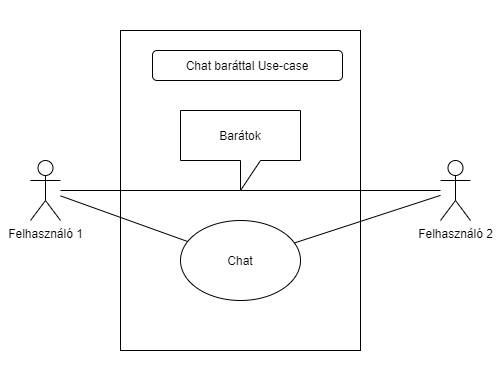
The draw.io diagram Images/1v1JatekOnlineUseCase.png in devidbordas/sweng_STG, before a commit. Source tidied: cells renumbered, new cells last; positions are measured from the earlier drawing's top-left corner, leaving out a move shared by most shapes. The source it was exported from:
```xml
<mxGraphModel background="#ffffff">
  <root>
    <mxCell id="0" />
    <mxCell id="1" parent="0" />
    <mxCell id="2" style="rounded=0;whiteSpace=wrap;html=1;strokeColor=none;" parent="1" vertex="1">
      <mxGeometry width="500" height="390" as="geometry" />
    </mxCell>
    <mxCell id="3" style="rounded=0;whiteSpace=wrap;html=1;" parent="1" vertex="1">
      <mxGeometry x="120" y="30" width="240" height="320" as="geometry" />
    </mxCell>
    <mxCell id="4" value="Felhasználó 1" style="shape=umlActor;verticalLabelPosition=bottom;verticalAlign=top;html=1;outlineConnect=0;" parent="1" vertex="1">
      <mxGeometry x="30" y="160" width="30" height="60" as="geometry" />
    </mxCell>
    <mxCell id="5" style="endArrow=none;html=1;rounded=0;" parent="1" edge="1" source="4" target="6">
      <mxGeometry relative="1" as="geometry" />
    </mxCell>
    <mxCell id="6" value="Chat" style="ellipse;whiteSpace=wrap;html=1;" parent="1" vertex="1">
      <mxGeometry x="180" y="220" width="120" height="80" as="geometry" />
    </mxCell>
    <mxCell id="7" style="edgeStyle=none;rounded=0;orthogonalLoop=1;jettySize=auto;html=1;endArrow=none;" parent="1" edge="1">
      <mxGeometry relative="1" as="geometry">
        <mxPoint x="440" y="140" as="targetPoint" />
      </mxGeometry>
    </mxCell>
    <mxCell id="8" value="Chat baráttal Use-case" style="rounded=1;whiteSpace=wrap;html=1;" parent="1" vertex="1">
      <mxGeometry x="152" y="50" width="190" height="30" as="geometry" />
    </mxCell>
    <mxCell id="9" style="edgeStyle=none;rounded=0;orthogonalLoop=1;jettySize=auto;html=1;exitX=0.5;exitY=0;exitDx=0;exitDy=0;endArrow=none;" parent="1" edge="1" source="2" target="2">
      <mxGeometry relative="1" as="geometry" />
    </mxCell>
    <mxCell id="10" value="Felhasználó 2" style="shape=umlActor;verticalLabelPosition=bottom;verticalAlign=top;html=1;outlineConnect=0;" parent="1" vertex="1">
      <mxGeometry x="440" y="160" width="30" height="60" as="geometry" />
    </mxCell>
    <mxCell id="11" style="endArrow=none;html=1;rounded=0;" parent="1" edge="1" source="10" target="6">
      <mxGeometry relative="1" as="geometry" />
    </mxCell>
    <mxCell id="12" style="endArrow=none;html=1;rounded=0;" parent="1" edge="1" source="4" target="10">
      <mxGeometry relative="1" as="geometry" />
    </mxCell>
    <mxCell id="13" value="Barátok" style="shape=callout;whiteSpace=wrap;html=1;perimeter=calloutPerimeter;" parent="1" vertex="1">
      <mxGeometry x="180" y="110" width="120" height="80" as="geometry" />
    </mxCell>
  </root>
</mxGraphModel>
```
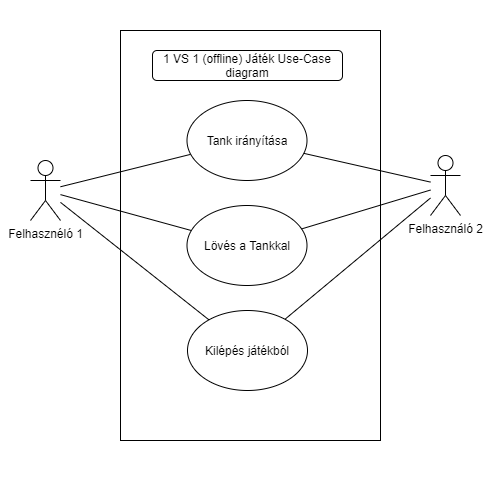
After the commit.

Commit message:
1v1online javítása

Diff of the diagram source:
```diff
@@ -3,42 +3,54 @@
     <mxCell id="0" />
     <mxCell id="1" parent="0" />
     <mxCell id="2" style="rounded=0;whiteSpace=wrap;html=1;strokeColor=none;" parent="1" vertex="1">
-      <mxGeometry width="500" height="390" as="geometry" />
+      <mxGeometry width="500" height="480" as="geometry" />
     </mxCell>
     <mxCell id="3" style="rounded=0;whiteSpace=wrap;html=1;" parent="1" vertex="1">
-      <mxGeometry x="120" y="30" width="240" height="320" as="geometry" />
+      <mxGeometry x="120" y="30" width="260" height="410" as="geometry" />
     </mxCell>
-    <mxCell id="4" value="Felhasználó 1" style="shape=umlActor;verticalLabelPosition=bottom;verticalAlign=top;html=1;outlineConnect=0;" parent="1" vertex="1">
+    <mxCell id="4" value="Felhasznéló 1" style="shape=umlActor;verticalLabelPosition=bottom;verticalAlign=top;html=1;outlineConnect=0;" parent="1" vertex="1">
       <mxGeometry x="30" y="160" width="30" height="60" as="geometry" />
     </mxCell>
     <mxCell id="5" style="endArrow=none;html=1;rounded=0;" parent="1" edge="1" source="4" target="6">
       <mxGeometry relative="1" as="geometry" />
     </mxCell>
-    <mxCell id="6" value="Chat" style="ellipse;whiteSpace=wrap;html=1;" parent="1" vertex="1">
-      <mxGeometry x="180" y="220" width="120" height="80" as="geometry" />
+    <mxCell id="6" value="Tank irányítása" style="ellipse;whiteSpace=wrap;html=1;" parent="1" vertex="1">
+      <mxGeometry x="186.5" y="100" width="120" height="80" as="geometry" />
     </mxCell>
+    <mxCell id="14" style="endArrow=none;html=1;rounded=0;" parent="1" edge="1" source="4" target="15">
+      <mxGeometry relative="1" as="geometry" />
+    </mxCell>
+    <mxCell id="15" value="Kilépés játékból" style="ellipse;whiteSpace=wrap;html=1;" parent="1" vertex="1">
+      <mxGeometry x="187" y="310" width="120" height="80" as="geometry" />
+    </mxCell>
+    <mxCell id="16" style="endArrow=none;html=1;rounded=0;" parent="1" edge="1" source="4" target="17">
+      <mxGeometry relative="1" as="geometry" />
+    </mxCell>
+    <mxCell id="17" value="Lövés a Tankkal" style="ellipse;whiteSpace=wrap;html=1;" parent="1" vertex="1">
+      <mxGeometry x="186.5" y="205" width="120" height="80" as="geometry" />
+    </mxCell>
-    <mxCell id="7" style="edgeStyle=none;rounded=0;orthogonalLoop=1;jettySize=auto;html=1;endArrow=none;" parent="1" edge="1">
+    <mxCell id="7" style="edgeStyle=none;rounded=0;jettySize=auto;html=1;endArrow=none;" parent="1" edge="1" source="x">
       <mxGeometry relative="1" as="geometry">
         <mxPoint x="440" y="140" as="targetPoint" />
       </mxGeometry>
     </mxCell>
+    <mxCell id="18" style="edgeStyle=none;rounded=0;jettySize=auto;html=1;endArrow=none;" parent="1" edge="1" source="10" target="15">
+      <mxGeometry relative="1" as="geometry" />
+    </mxCell>
+    <mxCell id="10" value="Felhasználó 2" style="shape=umlActor;verticalLabelPosition=bottom;verticalAlign=top;html=1;outlineConnect=0;" parent="1" vertex="1">
+      <mxGeometry x="430" y="155" width="30" height="60" as="geometry" />
+    </mxCell>
+    <mxCell id="11" style="endArrow=none;html=1;rounded=0;" parent="1" edge="1" source="10" target="6">
+      <mxGeometry relative="1" as="geometry" />
+    </mxCell>
+    <mxCell id="19" style="endArrow=none;html=1;rounded=0;" parent="1" edge="1" source="10" target="17">
+      <mxGeometry relative="1" as="geometry" />
+    </mxCell>
-    <mxCell id="8" value="Chat baráttal Use-case" style="rounded=1;whiteSpace=wrap;html=1;" parent="1" vertex="1">
+    <mxCell id="8" value="&lt;span&gt;1 VS 1 (offline) Játék Use-Case diagram&lt;/span&gt;" style="rounded=1;whiteSpace=wrap;html=1;" parent="1" vertex="1">
       <mxGeometry x="152" y="50" width="190" height="30" as="geometry" />
     </mxCell>
     <mxCell id="9" style="edgeStyle=none;rounded=0;orthogonalLoop=1;jettySize=auto;html=1;exitX=0.5;exitY=0;exitDx=0;exitDy=0;endArrow=none;" parent="1" edge="1" source="2" target="2">
       <mxGeometry relative="1" as="geometry" />
     </mxCell>
-    <mxCell id="10" value="Felhasználó 2" style="shape=umlActor;verticalLabelPosition=bottom;verticalAlign=top;html=1;outlineConnect=0;" parent="1" vertex="1">
-      <mxGeometry x="440" y="160" width="30" height="60" as="geometry" />
-    </mxCell>
-    <mxCell id="11" style="endArrow=none;html=1;rounded=0;" parent="1" edge="1" source="10" target="6">
-      <mxGeometry relative="1" as="geometry" />
-    </mxCell>
-    <mxCell id="12" style="endArrow=none;html=1;rounded=0;" parent="1" edge="1" source="4" target="10">
-      <mxGeometry relative="1" as="geometry" />
-    </mxCell>
-    <mxCell id="13" value="Barátok" style="shape=callout;whiteSpace=wrap;html=1;perimeter=calloutPerimeter;" parent="1" vertex="1">
-      <mxGeometry x="180" y="110" width="120" height="80" as="geometry" />
-    </mxCell>
   </root>
 </mxGraphModel>
```
